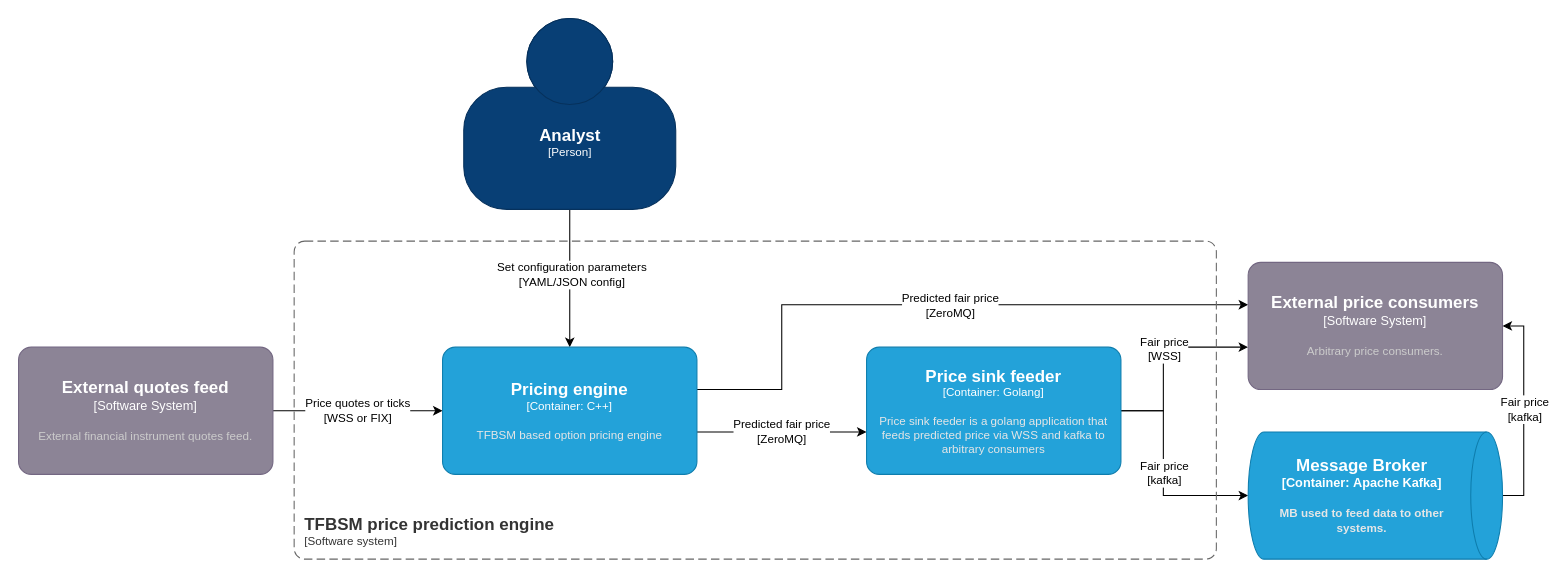
This is docs/tfbsm-arch.drawio from tfbsm/pricing, a draw.io file, before an edit. Source tidied: cells renumbered, new cells numbered last; positions are measured from the earlier drawing's top-left corner, leaving out a move shared by most shapes. Both pictures are drawn from the tidied source at 106%, with x=0, y=0 at pixel (18, 18).
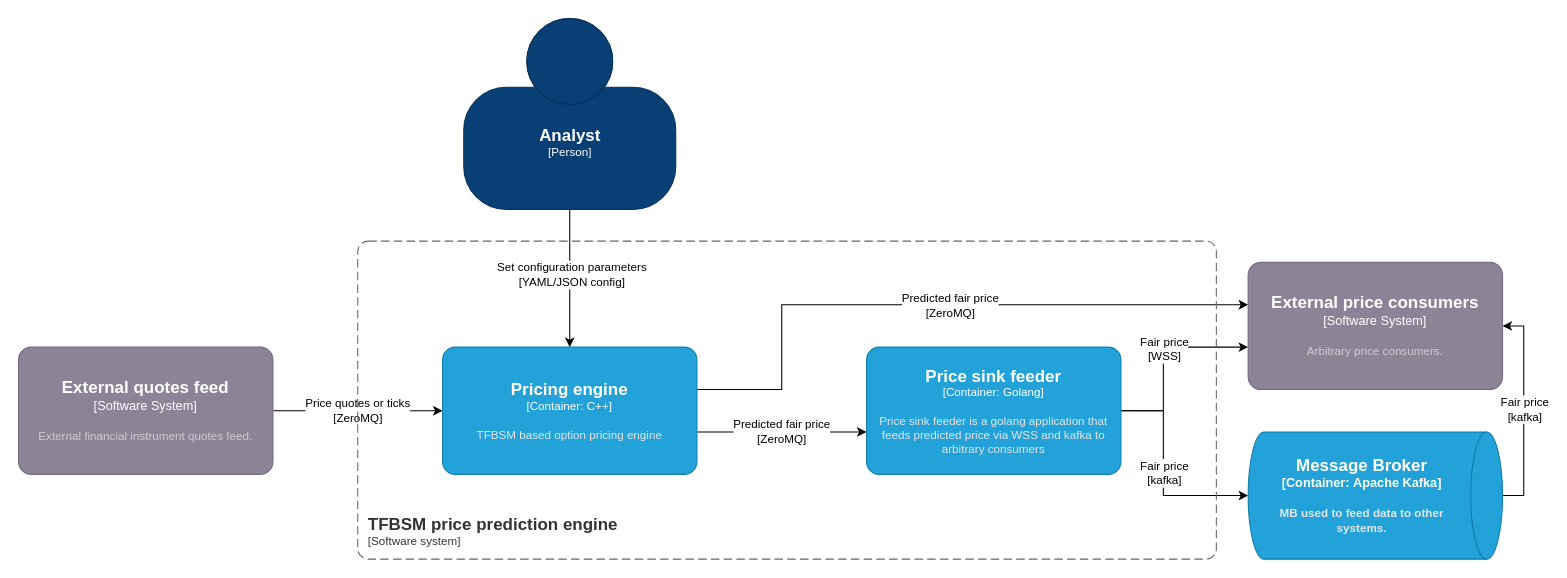
The same page after the edit.

The change refers to these unchanged cells:
```xml
<object id="6" label="&lt;font style=&quot;font-size: 16px&quot;&gt;&lt;b&gt;%c4Name%&lt;/b&gt;&lt;/font&gt;&lt;div&gt;[%c4Type%]&lt;/div&gt;&lt;br&gt;&lt;div&gt;&lt;font style=&quot;font-size: 11px&quot;&gt;&lt;font color=&quot;#cccccc&quot;&gt;%c4Description%&lt;/font&gt;&lt;/div&gt;" c4Description="External financial instrument quotes feed." c4Name="External quotes feed" c4Type="Software System" placeholders="1">
  <mxCell style="rounded=1;whiteSpace=wrap;html=1;labelBackgroundColor=none;fillColor=#8C8496;fontColor=#ffffff;align=center;arcSize=10;strokeColor=#736782;points=[[0.25,0,0],[0.5,0,0],[0.75,0,0],[1,0.25,0],[1,0.5,0],[1,0.75,0],[0.75,1,0],[0.5,1,0],[0.25,1,0],[0,0.75,0],[0,0.5,0],[0,0.25,0]];" parent="1" vertex="1">
    <mxGeometry y="310" width="240" height="120" as="geometry" />
  </mxCell>
</object>
<object id="10" label="&lt;font style=&quot;font-size: 16px&quot;&gt;&lt;b&gt;%c4Name%&lt;/b&gt;&lt;/font&gt;&lt;div&gt;[%c4Type%: %c4Technology%]&lt;/div&gt;&lt;br&gt;&lt;div&gt;&lt;font style=&quot;font-size: 11px&quot;&gt;&lt;font color=&quot;#E6E6E6&quot;&gt;%c4Description%&lt;/font&gt;&lt;/div&gt;" c4Description="TFBSM based option pricing engine " c4Name="Pricing engine" c4Technology="C++" c4Type="Container" placeholders="1">
  <mxCell style="rounded=1;whiteSpace=wrap;html=1;fontSize=11;labelBackgroundColor=none;fillColor=#23A2D9;fontColor=#ffffff;align=center;arcSize=10;strokeColor=#0E7DAD;points=[[0.25,0,0],[0.5,0,0],[0.75,0,0],[1,0.25,0],[1,0.5,0],[1,0.75,0],[0.75,1,0],[0.5,1,0],[0.25,1,0],[0,0.75,0],[0,0.5,0],[0,0.25,0]];" parent="1" vertex="1">
    <mxGeometry x="400" y="310" width="240" height="120" as="geometry" />
  </mxCell>
</object>
```

Diff of the diagram source:
```diff
@@
-    <mxCell id="5" value="Price quotes or ticks&lt;br&gt;[WSS or FIX]" style="edgeStyle=orthogonalEdgeStyle;rounded=0;jettySize=auto;html=1;" parent="1" edge="1" source="6" target="10">
+    <mxCell id="5" value="Price quotes or ticks&lt;br&gt;[ZeroMQ]" style="edgeStyle=orthogonalEdgeStyle;rounded=0;jettySize=auto;html=1;" parent="1" edge="1" source="6" target="10">
       <mxGeometry relative="1" as="geometry" />
     </mxCell>
@@
     <object id="20" label="&lt;font style=&quot;font-size: 16px&quot;&gt;&lt;b&gt;&lt;div style=&quot;text-align: left&quot;&gt;%c4Name%&lt;/div&gt;&lt;/b&gt;&lt;/font&gt;&lt;div style=&quot;text-align: left&quot;&gt;[%c4Application%]&lt;/div&gt;" c4Application="Software system" c4Name="TFBSM price prediction engine" placeholders="1">
       <mxCell style="rounded=1;fontSize=11;whiteSpace=wrap;html=1;dashed=1;arcSize=20;fillColor=none;strokeColor=#666666;fontColor=#333333;labelBackgroundColor=none;align=left;verticalAlign=bottom;labelBorderColor=none;spacingTop=0;spacing=10;dashPattern=8 4;perimeter=rectanglePerimeter;noLabel=0;labelPadding=0;absoluteArcSize=1;" parent="1" vertex="1">
-        <mxGeometry x="260" y="210" width="870" height="300" as="geometry" />
+        <mxGeometry x="320" y="210" width="810" height="300" as="geometry" />
       </mxCell>
     </object>
```
